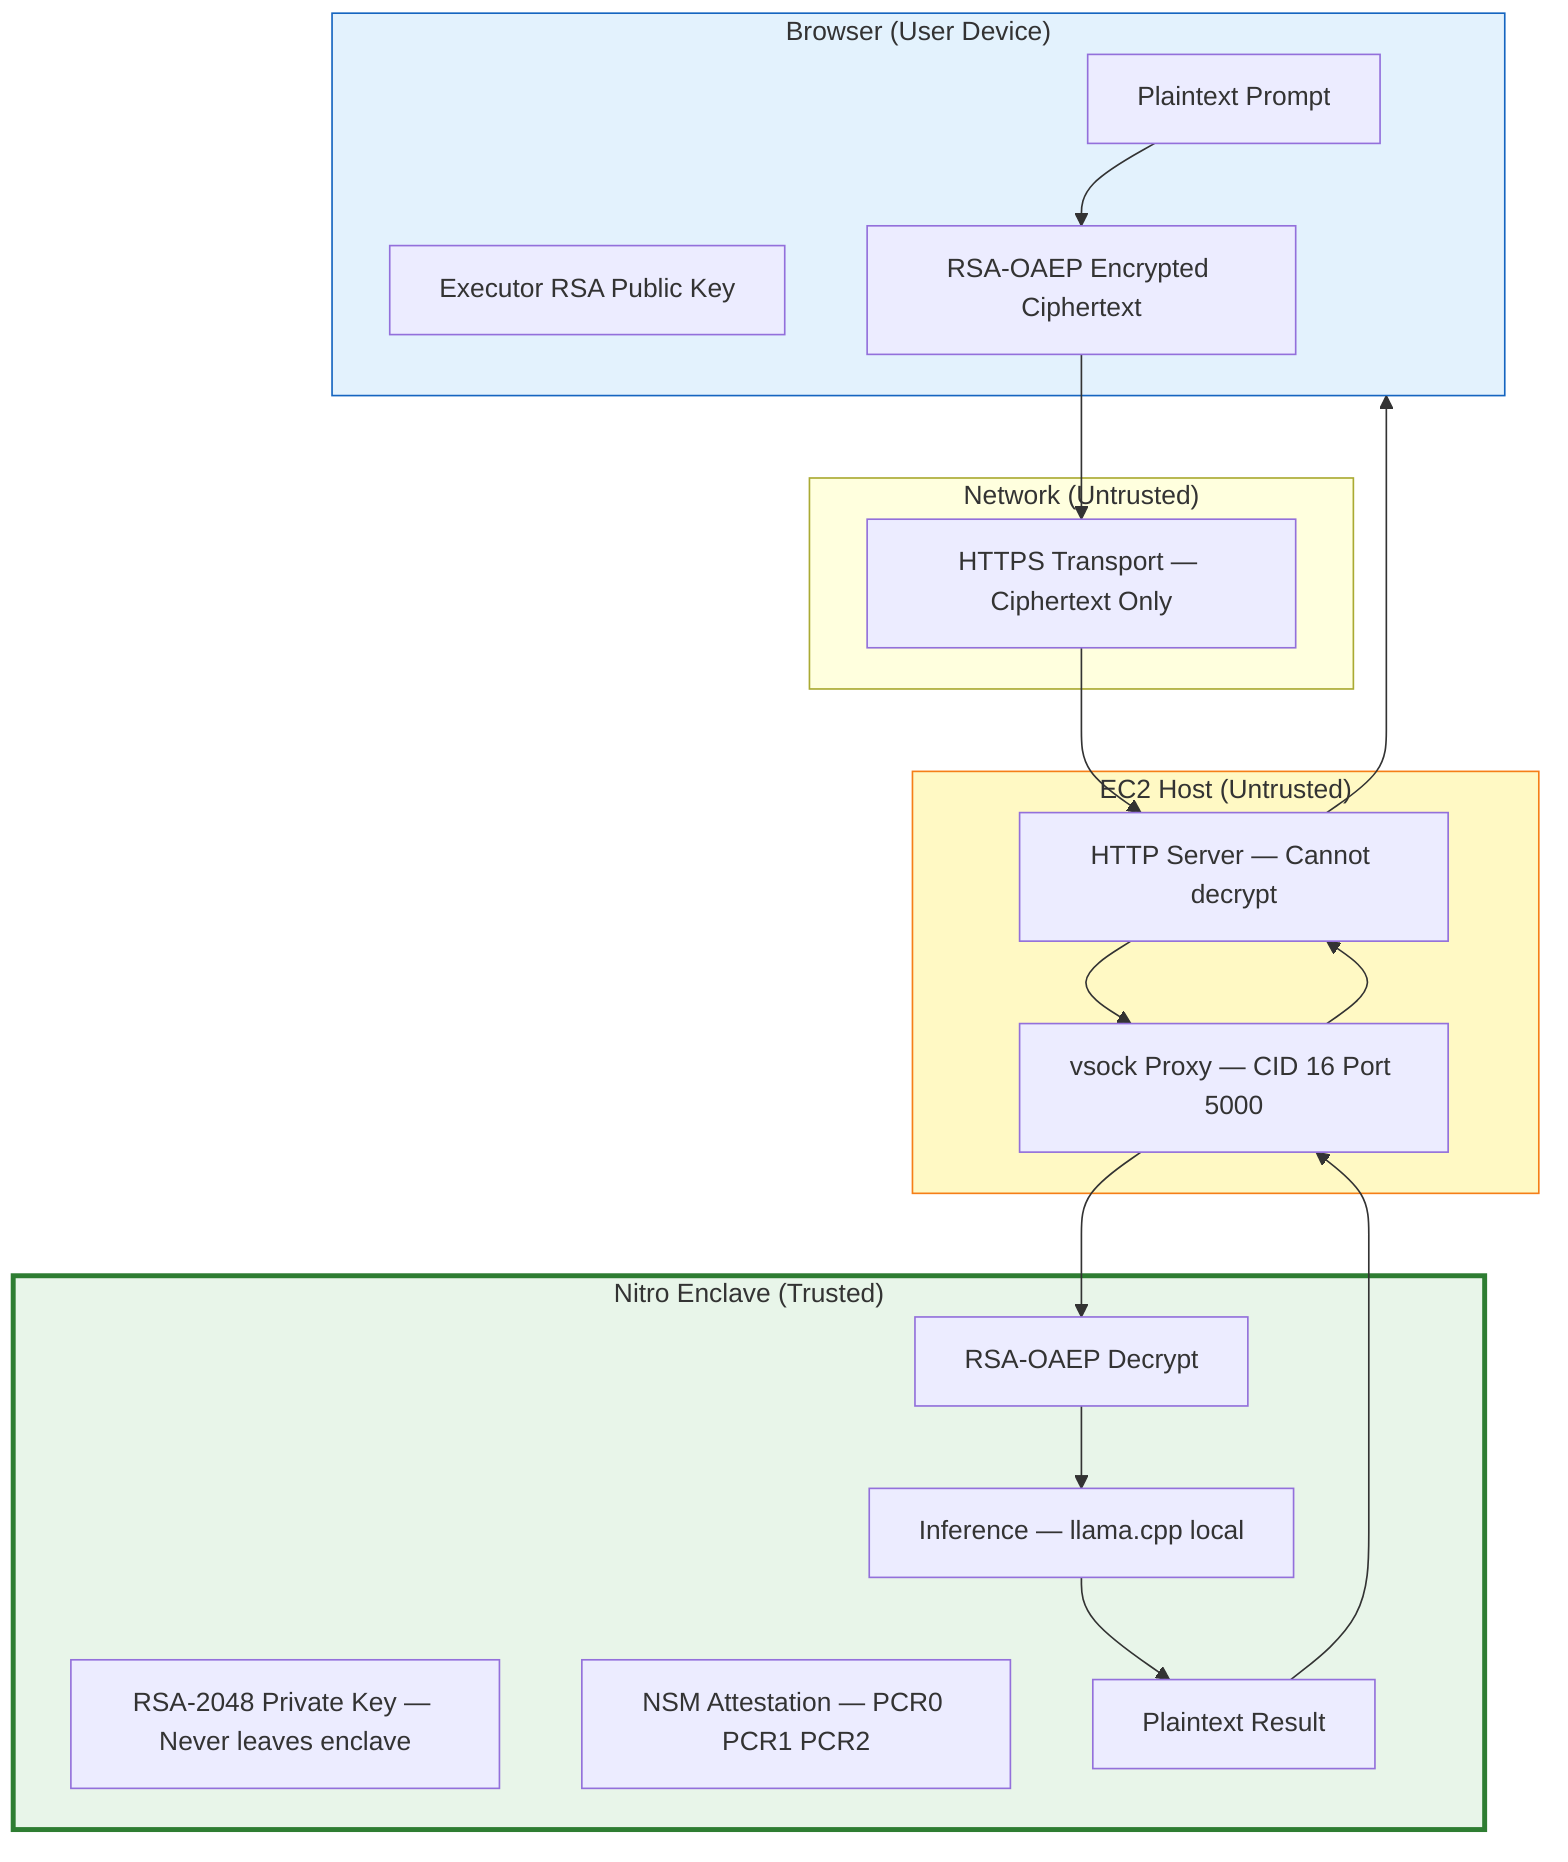
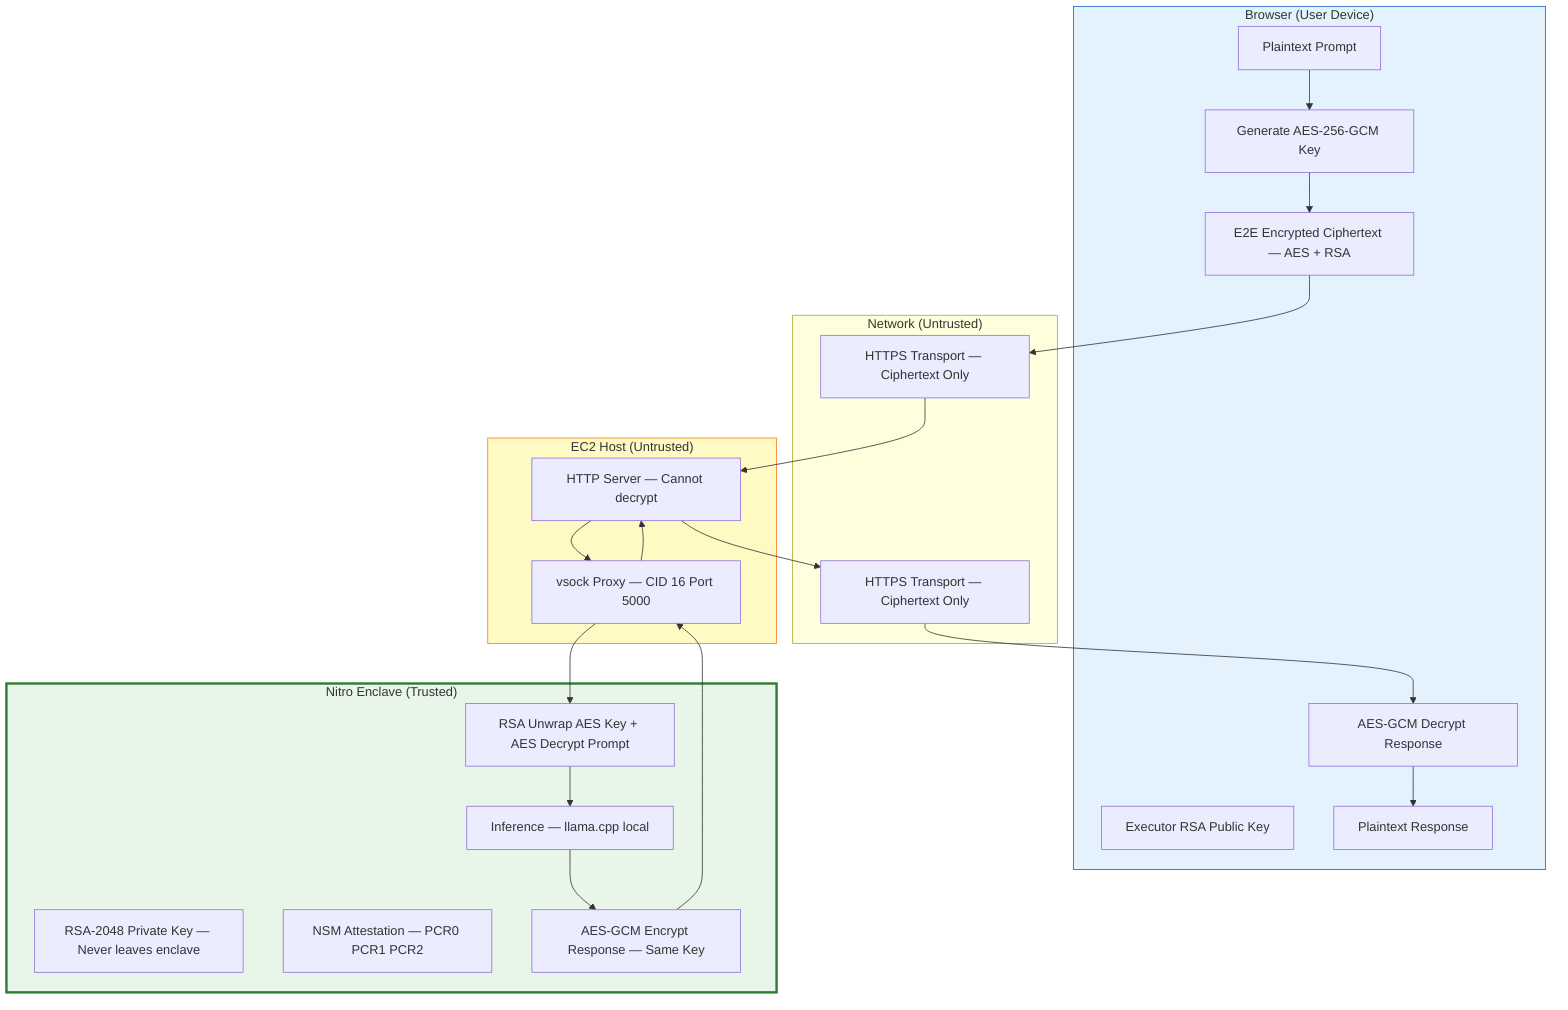
flowchart TB
    subgraph Browser["Browser (User Device)"]
        Prompt[Plaintext Prompt]
+         GenAES[Generate AES-256-GCM Key]
        PubKey[Executor RSA Public Key]
-         EncPrompt[RSA-OAEP Encrypted Ciphertext]
+         EncPrompt[E2E Encrypted Ciphertext — AES + RSA]
+         DecryptResp[AES-GCM Decrypt Response]
+         PlainResp[Plaintext Response]
    end

    subgraph Network["Network (Untrusted)"]
-         HTTPS[HTTPS Transport — Ciphertext Only]
+         HTTPS_Up[HTTPS Transport — Ciphertext Only]
+         HTTPS_Down[HTTPS Transport — Ciphertext Only]
    end

    subgraph Host["EC2 Host (Untrusted)"]
        API[HTTP Server — Cannot decrypt]
        VsockProxy[vsock Proxy — CID 16 Port 5000]
    end

    subgraph Enclave["Nitro Enclave (Trusted)"]
        PrivKey[RSA-2048 Private Key — Never leaves enclave]
-         DecryptEngine[RSA-OAEP Decrypt]
+         DecryptEngine[RSA Unwrap AES Key + AES Decrypt Prompt]
        LLM[Inference — llama.cpp local]
        AttestNSM[NSM Attestation — PCR0 PCR1 PCR2]
-         Result[Plaintext Result]
+         EncResult[AES-GCM Encrypt Response — Same Key]
    end

-     Prompt --> EncPrompt
-     EncPrompt --> HTTPS
-     HTTPS --> API
+     Prompt --> GenAES
+     GenAES --> EncPrompt
+     EncPrompt --> HTTPS_Up
+     HTTPS_Up --> API
    API --> VsockProxy
    VsockProxy --> DecryptEngine
    DecryptEngine --> LLM
-     LLM --> Result
-     Result --> VsockProxy
+     LLM --> EncResult
+     EncResult --> VsockProxy
    VsockProxy --> API
-     API --> Browser
+     API --> HTTPS_Down
+     HTTPS_Down --> DecryptResp
+     DecryptResp --> PlainResp

    style Enclave fill:#e8f5e9,stroke:#2e7d32,stroke-width:3px
    style Host fill:#fff9c4,stroke:#f57f17
    style Browser fill:#e3f2fd,stroke:#1565c0
